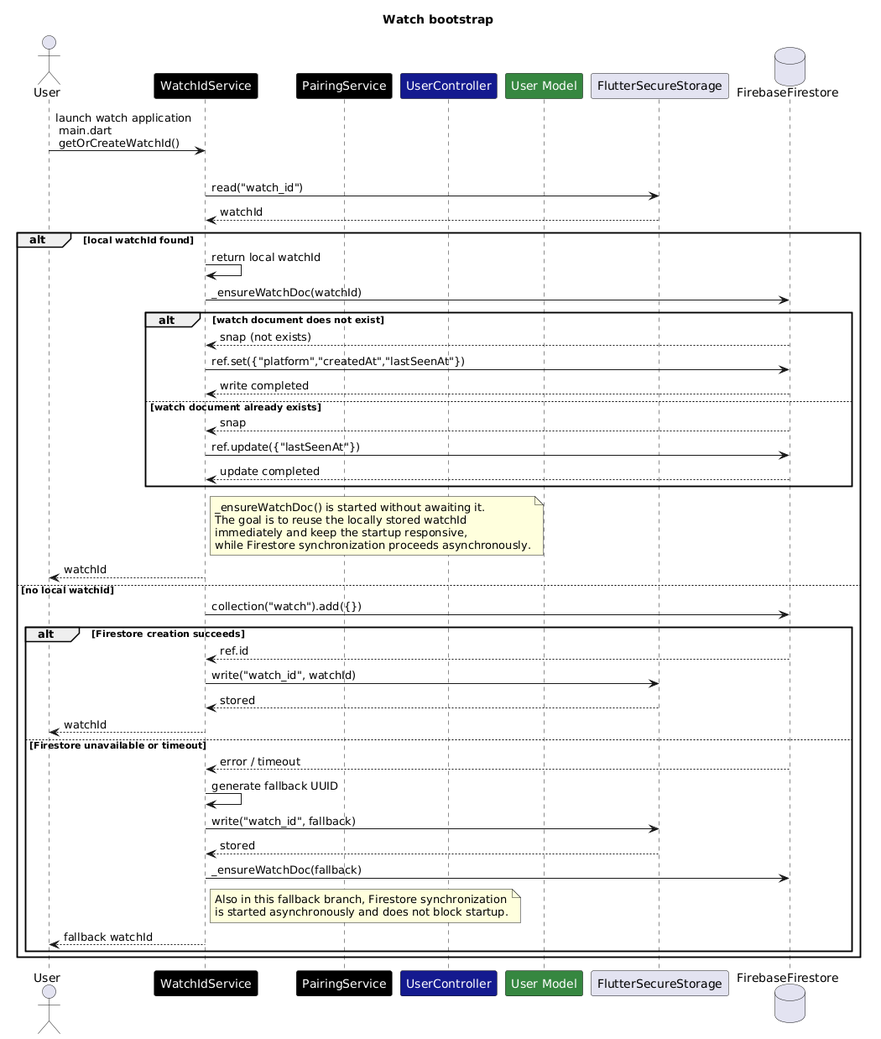
SofiaTerracciano/Triplo keeps this PlantUML diagram as documentation/Diagrams/Phone Watch pair 2.png. Above is the earlier version.
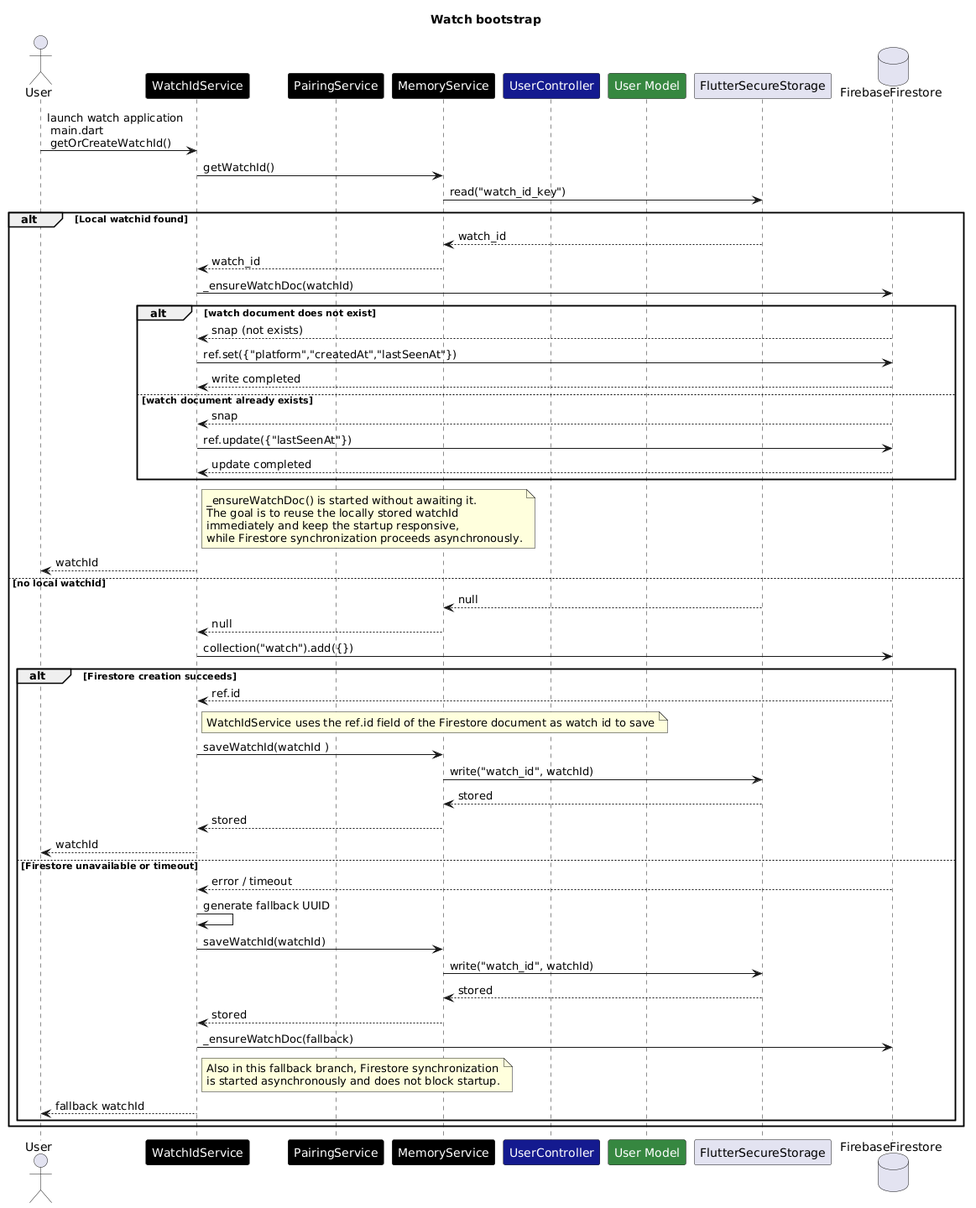
Later version of the same file.

Diff of the diagram source:
```diff
@@ -5,6 +5,7 @@
 
 participant WatchIdService as "<color:white>WatchIdService</color>" #000000
 participant PairingService as "<color:white>PairingService</color>" #000000
+participant MemoryService as "<color:white>MemoryService</color>" #000000
 participant UserController as "<color:white>UserController</color>" #151b8e
 participant Users as "<color:white>User Model</color>" #378641
 participant FlutterSecureStorage
@@ -12,15 +13,18 @@
 
 User -> WatchIdService : launch watch application\n main.dart \n getOrCreateWatchId()
 
+    WatchIdService -> MemoryService: getWatchId()
+    MemoryService -> FlutterSecureStorage : read("watch_id_key")
+    alt Local watchid found
+    FlutterSecureStorage --> MemoryService : watch_id
+    MemoryService --> WatchIdService : watch_id
 
-alt watchId found locally
-    WatchIdService -> FlutterSecureStorage : read("watch_id")
-    FlutterSecureStorage --> WatchIdService : watchId
 
-    alt local watchId found
-    WatchIdService -> WatchIdService : return local watchId
+
+
+
+
     WatchIdService -> FirebaseFirestore : _ensureWatchDoc(watchId)
-
     alt watch document does not exist
         FirebaseFirestore --> WatchIdService : snap (not exists)
         WatchIdService -> FirebaseFirestore : ref.set({"platform","createdAt","lastSeenAt"})
@@ -30,30 +34,48 @@
         WatchIdService -> FirebaseFirestore : ref.update({"lastSeenAt"})
         FirebaseFirestore --> WatchIdService : update completed
     end
-
-
-
     note right of WatchIdService
     _ensureWatchDoc() is started without awaiting it.
     The goal is to reuse the locally stored watchId
     immediately and keep the startup responsive,
     while Firestore synchronization proceeds asynchronously.
     end note
-
     WatchIdService --> User : watchId
 
+
+
+
+
+
+
+
+
+
+
+
+
 else no local watchId
+    FlutterSecureStorage --> MemoryService : null
+    MemoryService --> WatchIdService : null
     WatchIdService -> FirebaseFirestore : collection("watch").add({})
     alt Firestore creation succeeds
         FirebaseFirestore --> WatchIdService : ref.id
-        WatchIdService -> FlutterSecureStorage : write("watch_id", watchId)
-        FlutterSecureStorage --> WatchIdService : stored
+
+        note right of WatchIdService
+        WatchIdService uses the ref.id field of the Firestore document as watch id to save
+        end note
+        WatchIdService -> MemoryService : saveWatchId(watchId )
+        MemoryService-> FlutterSecureStorage : write("watch_id", watchId)
+        FlutterSecureStorage --> MemoryService : stored
+        MemoryService --> WatchIdService : stored
         WatchIdService --> User : watchId
     else Firestore unavailable or timeout
         FirebaseFirestore --> WatchIdService : error / timeout
         WatchIdService -> WatchIdService : generate fallback UUID
-        WatchIdService -> FlutterSecureStorage : write("watch_id", fallback)
-        FlutterSecureStorage --> WatchIdService : stored
+        WatchIdService -> MemoryService : saveWatchId(watchId)
+        MemoryService-> FlutterSecureStorage : write("watch_id", watchId)
+        FlutterSecureStorage --> MemoryService : stored
+        MemoryService --> WatchIdService : stored
         WatchIdService -> FirebaseFirestore : _ensureWatchDoc(fallback)
 
         note right of WatchIdService
```
